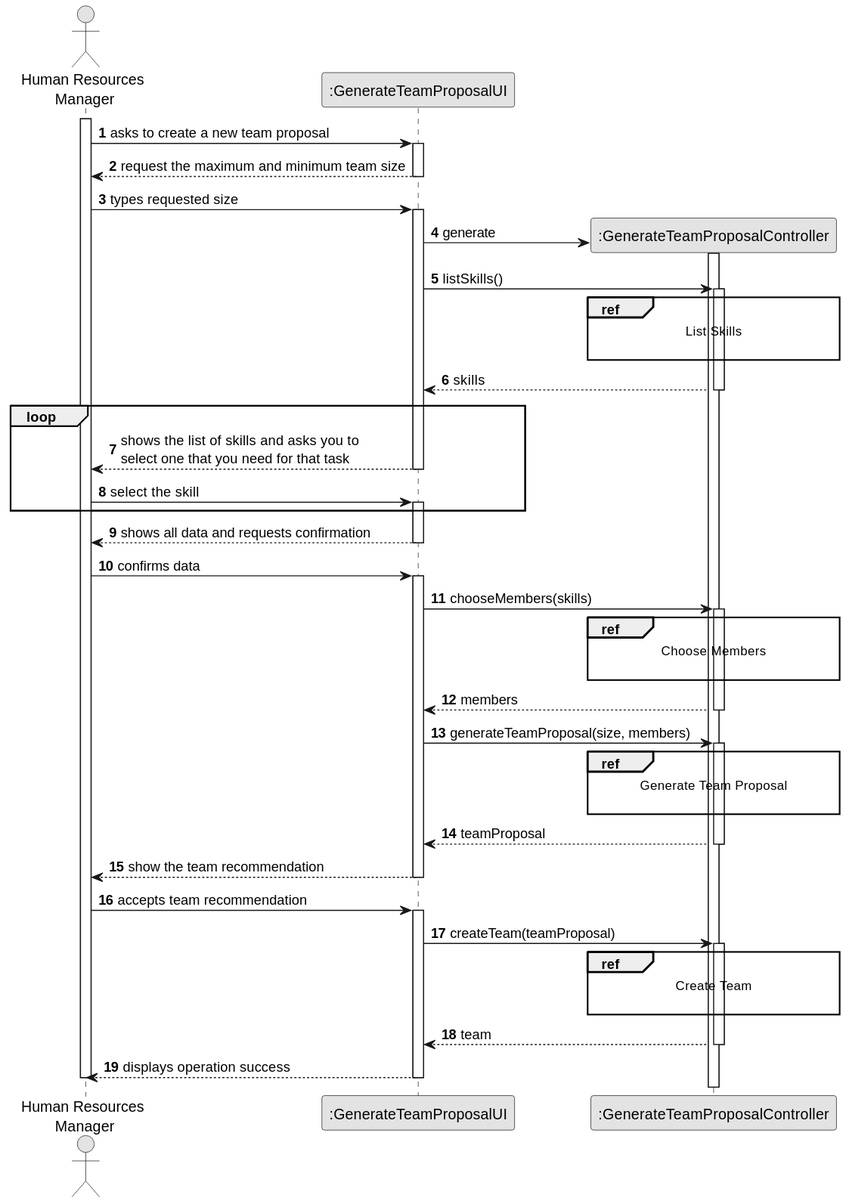
Before: docs/sprintB/us005/03.design/svg/us005-sequence-diagram-split.svg, a diagram exported from PlantUML (diogoveirospro/lei-24-s2-1dg-g072). The source it was exported from:
```plantuml
@startuml
skinparam monochrome true
skinparam packageStyle rectangle
skinparam shadowing false

autonumber

actor "Human Resources\n Manager" as HRM
participant ":GenerateTeamProposalUI" as UI
participant ":GenerateTeamProposalController" as CTRL

activate HRM

    HRM -> UI : asks to create a new team proposal
    activate UI

        UI --> HRM : request the maximum and minimum team size
    deactivate UI

    HRM -> UI : types requested size
    activate UI

        UI -> CTRL** : generate
        activate CTRL

        UI -> CTRL : listSkills()
        activate CTRL

            ref over CTRL
                List Skills

            end

            CTRL --> UI : skills
        deactivate CTRL

    loop
        UI --> HRM: shows the list of skills and asks you to \nselect one that you need for that task
    deactivate UI

    HRM -> UI: select the skill
    activate UI

    end

        UI --> HRM: shows all data and requests confirmation
    deactivate UI

    HRM -> UI: confirms data
    activate UI

        UI -> CTRL: chooseMembers(skills)
        activate CTRL

            ref over CTRL
                Choose Members

            end

            CTRL --> UI: members
        deactivate CTRL

        UI -> CTRL: generateTeamProposal(size, members)
        activate CTRL

            ref over CTRL
                Generate Team Proposal

            end

            CTRL --> UI: teamProposal
        deactivate CTRL

        UI --> HRM: show the team recommendation
    deactivate UI

    HRM -> UI: accepts team recommendation
    activate UI

        UI -> CTRL: createTeam(teamProposal)
        activate CTRL

            ref over CTRL
                Create Team

            end

            CTRL --> UI: team
        deactivate CTRL

        UI --> HRM: displays operation success
    deactivate UI

deactivate HRM
@enduml
```
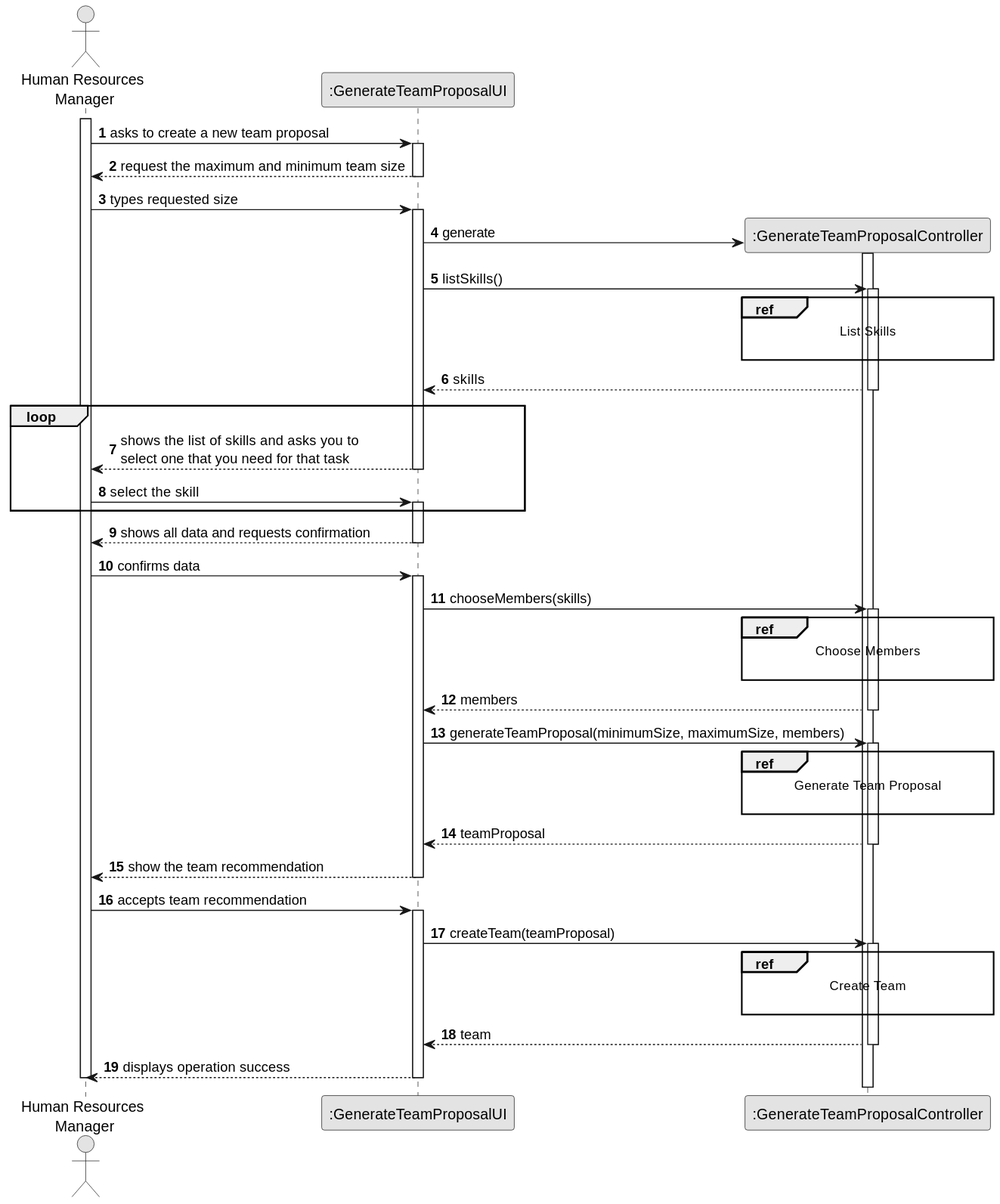
After the change.

Diff of the diagram source:
```diff
@@ -60,7 +60,7 @@
             CTRL --> UI: members
         deactivate CTRL
 
-        UI -> CTRL: generateTeamProposal(size, members)
+        UI -> CTRL: generateTeamProposal(minimumSize, maximumSize, members)
         activate CTRL
 
             ref over CTRL
```
